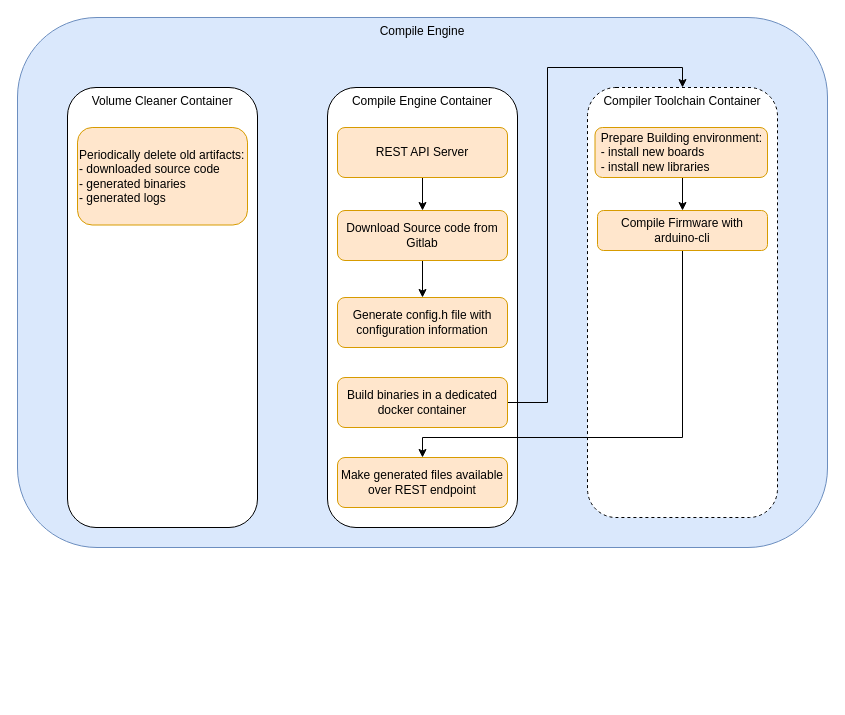
Earlier version of the draw.io diagram docs/diagrams/compile_engine_architecture.drawio (enricocirignaco/infrastructureforsensormanagment). Source tidied: cells renumbered, new cells numbered last; positions are measured from the earlier drawing's top-left corner, leaving out a move shared by most shapes. Both pictures are drawn from the tidied source at 100%, with x=0, y=0 at pixel (17, 17).
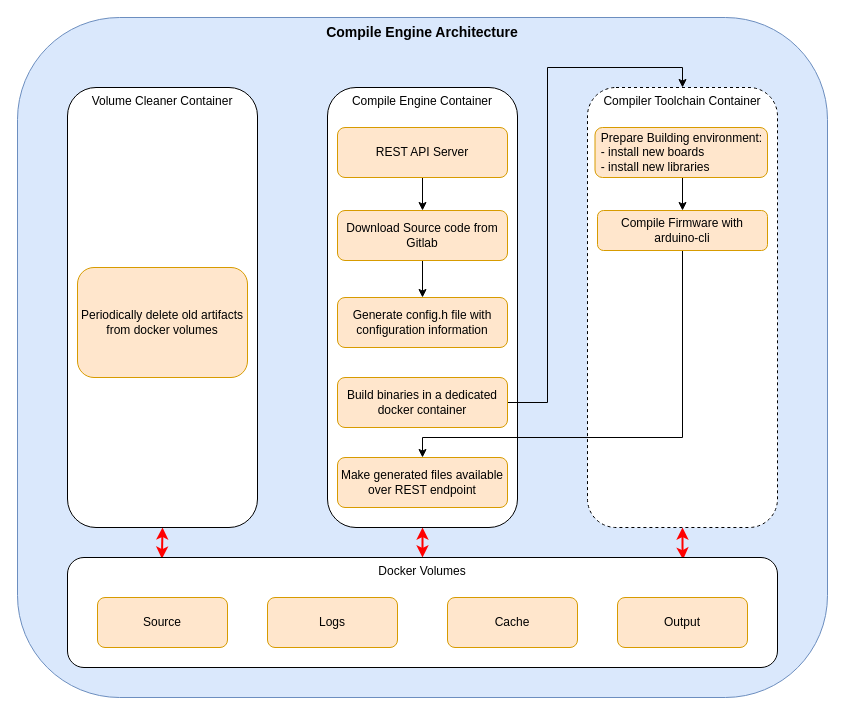
The same page after the edit.

Commit message (it also covers changes not shown here):
compiler engine chapter completed

The change refers to these unchanged cells:
```xml
<mxCell id="3" value="Volume Cleaner Container" style="rounded=1;whiteSpace=wrap;html=1;verticalAlign=top;" parent="1" vertex="1">
  <mxGeometry x="50" y="70" width="190" height="440" as="geometry" />
</mxCell>
<mxCell id="4" value="Compile Engine Container" style="rounded=1;whiteSpace=wrap;html=1;verticalAlign=top;" parent="1" vertex="1">
  <mxGeometry x="310" y="70" width="190" height="440" as="geometry" />
</mxCell>
```

Diff of the diagram source:
```diff
@@
-    <mxCell id="2" value="Compile Engine" style="rounded=1;whiteSpace=wrap;html=1;verticalAlign=top;fillColor=#dae8fc;strokeColor=#6c8ebf;" parent="1" vertex="1">
-      <mxGeometry width="810" height="530" as="geometry" />
+    <mxCell id="2" value="&lt;b&gt;&lt;font style=&quot;font-size: 14px;&quot;&gt;Compile Engine Architecture&lt;/font&gt;&lt;/b&gt;" style="rounded=1;whiteSpace=wrap;html=1;verticalAlign=top;fillColor=#dae8fc;strokeColor=#6c8ebf;" parent="1" vertex="1">
+      <mxGeometry width="810" height="680" as="geometry" />
     </mxCell>
+    <mxCell id="19" style="edgeStyle=orthogonalEdgeStyle;rounded=0;jettySize=auto;html=1;exitX=0.5;exitY=1;exitDx=0;exitDy=0;entryX=0.133;entryY=0.011;entryDx=0;entryDy=0;entryPerimeter=0;endArrow=classic;endFill=1;strokeWidth=2;strokeColor=#FF0000;startArrow=classic;startFill=1;" parent="1" edge="1" source="3" target="22">
+      <mxGeometry relative="1" as="geometry" />
+    </mxCell>
@@
+    <mxCell id="20" style="edgeStyle=orthogonalEdgeStyle;rounded=0;jettySize=auto;html=1;entryX=0.5;entryY=0;entryDx=0;entryDy=0;endArrow=classic;endFill=1;strokeWidth=2;strokeColor=#FF0000;startArrow=classic;startFill=1;" parent="1" edge="1" source="4" target="22">
+      <mxGeometry relative="1" as="geometry" />
+    </mxCell>
@@
+    <mxCell id="21" style="edgeStyle=orthogonalEdgeStyle;rounded=0;jettySize=auto;html=1;entryX=0.867;entryY=0.019;entryDx=0;entryDy=0;entryPerimeter=0;endArrow=classic;endFill=1;strokeWidth=2;strokeColor=#FF0000;startArrow=classic;startFill=1;" parent="1" edge="1" source="5" target="22">
+      <mxGeometry relative="1" as="geometry" />
+    </mxCell>
     <mxCell id="5" value="Compiler Toolchain Container" style="rounded=1;whiteSpace=wrap;html=1;verticalAlign=top;dashed=1;" parent="1" vertex="1">
-      <mxGeometry x="570" y="70" width="190" height="430" as="geometry" />
+      <mxGeometry x="570" y="70" width="190" height="440" as="geometry" />
     </mxCell>
@@
-    <mxCell id="15" value="&lt;div style=&quot;&quot;&gt;&lt;span style=&quot;background-color: initial;&quot;&gt;Periodically delete old artifacts:&lt;/span&gt;&lt;/div&gt;&lt;div style=&quot;&quot;&gt;&lt;span style=&quot;background-color: initial;&quot;&gt;- downloaded source code&lt;/span&gt;&lt;/div&gt;&lt;div style=&quot;&quot;&gt;&lt;span style=&quot;background-color: initial;&quot;&gt;- generated binaries&lt;/span&gt;&lt;/div&gt;&lt;div style=&quot;&quot;&gt;&lt;span style=&quot;background-color: initial;&quot;&gt;- generated logs&lt;/span&gt;&lt;/div&gt;" style="rounded=1;whiteSpace=wrap;html=1;fillColor=#ffe6cc;strokeColor=#d79b00;align=left;" parent="1" vertex="1">
-      <mxGeometry x="60" y="110" width="170" height="97.5" as="geometry" />
+    <mxCell id="15" value="&lt;div style=&quot;&quot;&gt;&lt;span style=&quot;background-color: initial;&quot;&gt;Periodically delete old artifacts&lt;/span&gt;&lt;/div&gt;&lt;div style=&quot;&quot;&gt;&lt;span style=&quot;background-color: initial;&quot;&gt;from docker volumes&lt;/span&gt;&lt;/div&gt;" style="rounded=1;whiteSpace=wrap;html=1;fillColor=#ffe6cc;strokeColor=#d79b00;align=center;" parent="1" vertex="1">
+      <mxGeometry x="60" y="250" width="170" height="110" as="geometry" />
     </mxCell>
@@
+    <mxCell id="22" value="Docker Volumes" style="rounded=1;whiteSpace=wrap;html=1;verticalAlign=top;" parent="1" vertex="1">
+      <mxGeometry x="50" y="540" width="710" height="110" as="geometry" />
+    </mxCell>
+    <mxCell id="23" value="Source" style="rounded=1;whiteSpace=wrap;html=1;fillColor=#ffe6cc;strokeColor=#d79b00;" parent="1" vertex="1">
+      <mxGeometry x="80" y="580" width="130" height="50" as="geometry" />
+    </mxCell>
+    <mxCell id="24" value="Logs" style="rounded=1;whiteSpace=wrap;html=1;fillColor=#ffe6cc;strokeColor=#d79b00;" parent="1" vertex="1">
+      <mxGeometry x="250" y="580" width="130" height="50" as="geometry" />
+    </mxCell>
+    <mxCell id="25" value="Cache" style="rounded=1;whiteSpace=wrap;html=1;fillColor=#ffe6cc;strokeColor=#d79b00;" parent="1" vertex="1">
+      <mxGeometry x="430" y="580" width="130" height="50" as="geometry" />
+    </mxCell>
+    <mxCell id="26" value="Output" style="rounded=1;whiteSpace=wrap;html=1;fillColor=#ffe6cc;strokeColor=#d79b00;" parent="1" vertex="1">
+      <mxGeometry x="600" y="580" width="130" height="50" as="geometry" />
+    </mxCell>
```
